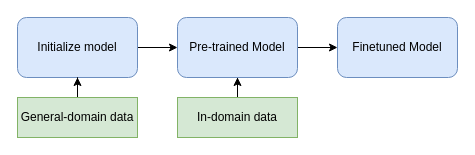
babangain/drawio keeps this draw.io diagram as finetune.drawio. Above is the earlier version. Source tidied: cells renumbered, new cells numbered last; positions are measured from the earlier drawing's top-left corner, leaving out a move shared by most shapes. Both pictures are drawn from the tidied source at 100%, with x=0, y=0 at pixel (17, 17).
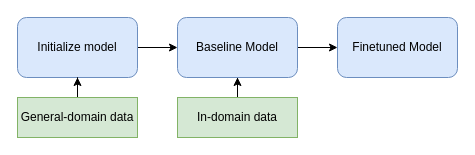
Above is the later version.

What changed in the source:
```diff
@@
 <mxGraphModel>
   <root>
     <mxCell id="0" />
     <mxCell id="1" parent="0" />
     <mxCell id="2" style="edgeStyle=orthogonalEdgeStyle;rounded=0;jettySize=auto;html=1;" parent="1" edge="1" source="3" target="9">
       <mxGeometry relative="1" as="geometry" />
     </mxCell>
     <mxCell id="3" value="Initialize model" style="rounded=1;whiteSpace=wrap;html=1;fillColor=#dae8fc;strokeColor=#6c8ebf;" parent="1" vertex="1">
       <mxGeometry width="120" height="60" as="geometry" />
     </mxCell>
     <mxCell id="4" style="edgeStyle=orthogonalEdgeStyle;rounded=0;jettySize=auto;html=1;" parent="1" edge="1" source="5" target="3">
       <mxGeometry relative="1" as="geometry" />
     </mxCell>
     <mxCell id="5" value="General-domain data" style="rounded=0;whiteSpace=wrap;html=1;fillColor=#d5e8d4;strokeColor=#82b366;" parent="1" vertex="1">
       <mxGeometry y="80" width="120" height="40" as="geometry" />
     </mxCell>
     <mxCell id="6" style="edgeStyle=orthogonalEdgeStyle;rounded=0;jettySize=auto;html=1;" parent="1" edge="1" source="7" target="9">
       <mxGeometry relative="1" as="geometry" />
     </mxCell>
     <mxCell id="7" value="In-domain data" style="rounded=0;whiteSpace=wrap;html=1;fillColor=#d5e8d4;strokeColor=#82b366;" parent="1" vertex="1">
       <mxGeometry x="160" y="80" width="120" height="40" as="geometry" />
     </mxCell>
     <mxCell id="8" style="edgeStyle=orthogonalEdgeStyle;rounded=0;jettySize=auto;html=1;" parent="1" edge="1" source="9" target="10">
       <mxGeometry relative="1" as="geometry" />
     </mxCell>
-    <mxCell id="9" value="Pre-trained Model" style="rounded=1;whiteSpace=wrap;html=1;fillColor=#dae8fc;strokeColor=#6c8ebf;" parent="1" vertex="1">
+    <mxCell id="9" value="Baseline Model" style="rounded=1;whiteSpace=wrap;html=1;fillColor=#dae8fc;strokeColor=#6c8ebf;" parent="1" vertex="1">
       <mxGeometry x="160" width="120" height="60" as="geometry" />
     </mxCell>
     <mxCell id="10" value="Finetuned Model" style="whiteSpace=wrap;html=1;fillColor=#dae8fc;strokeColor=#6c8ebf;rounded=1;" parent="1" vertex="1">
       <mxGeometry x="320" width="120" height="60" as="geometry" />
     </mxCell>
   </root>
 </mxGraphModel>
```
